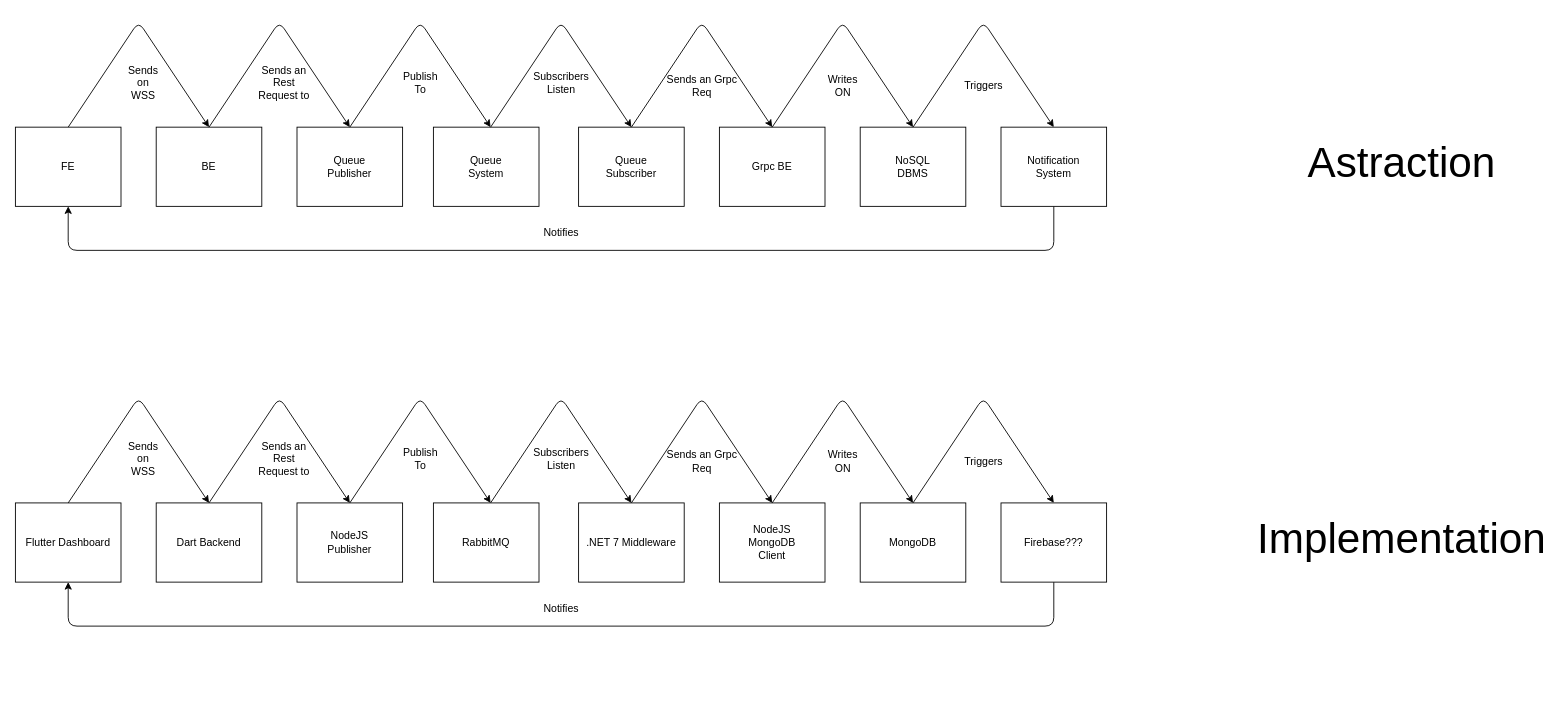
stefanonucida/MicroServicesShowcase keeps this draw.io diagram as MicroServiceShowcase.drawio. Above is the earlier version. Source tidied: cells renumbered, new cells numbered last; positions are measured from the earlier drawing's top-left corner, leaving out a move shared by most shapes. Both pictures are drawn from the tidied source at 88%, with x=0, y=0 at pixel (15, 21).
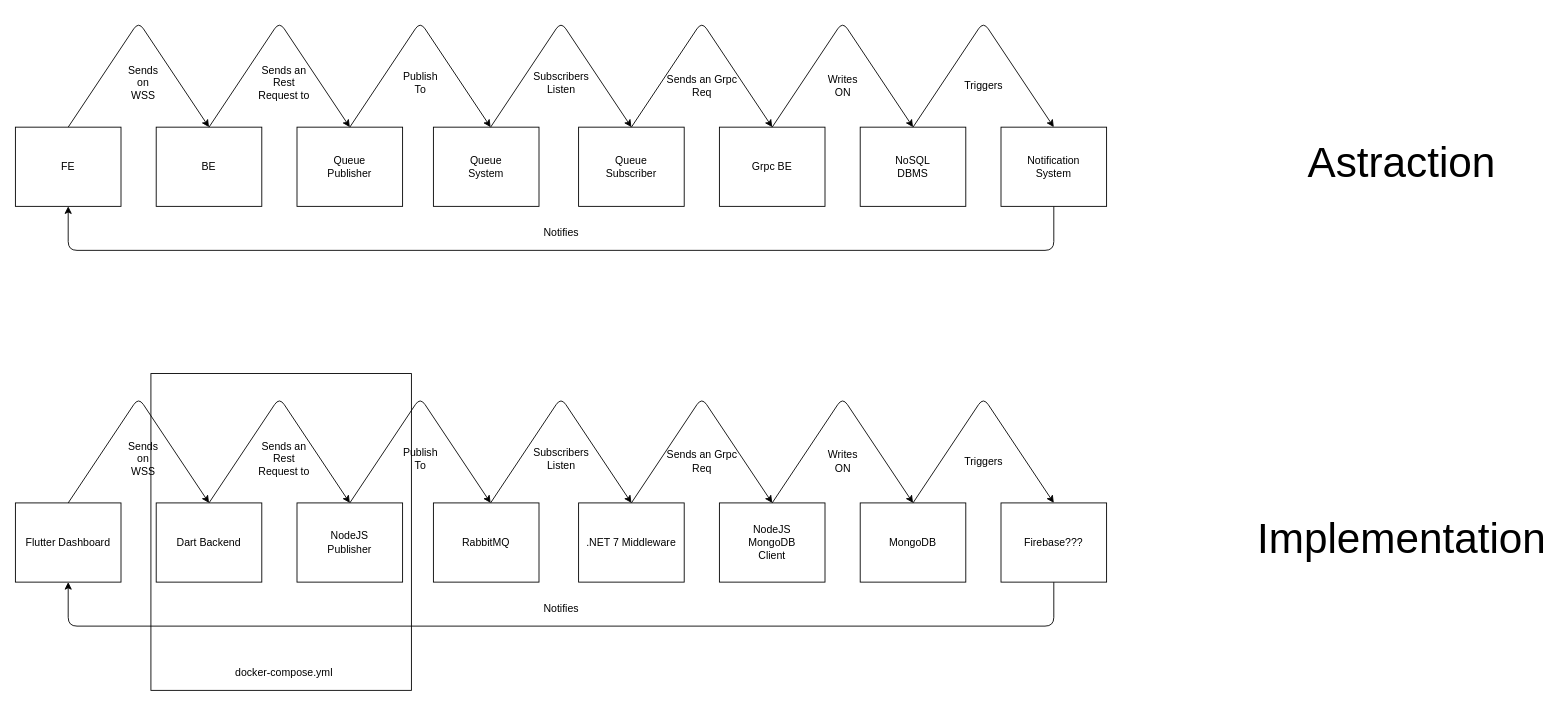
The same page after the edit.

Diff of the diagram source:
```diff
@@
+    <mxCell id="52" style="whiteSpace=wrap;html=1;fillColor=none;" parent="1" vertex="1">
+      <mxGeometry x="154" y="400" width="296" height="360" as="geometry" />
+    </mxCell>
+    <mxCell id="53" value="docker-compose.yml" style="text;html=1;align=center;verticalAlign=middle;strokeColor=none;fillColor=none;" parent="1" vertex="1">
+      <mxGeometry x="240" y="730" width="130" height="20" as="geometry" />
+    </mxCell>
```
